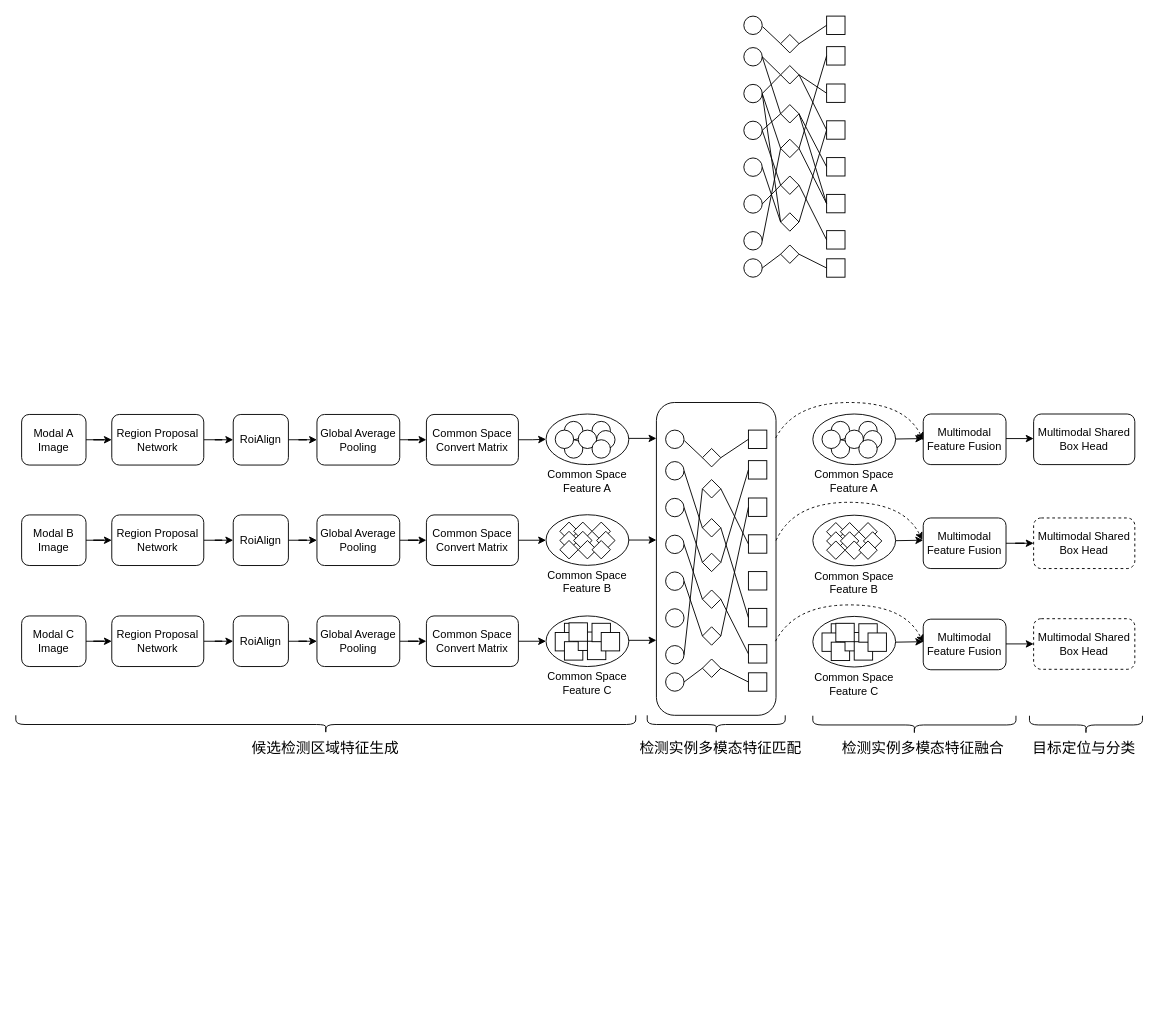
The draw.io diagram 多视角多模态目标检测3模态案例.drawio in thb1314/for_draw_io, before the edit. Source tidied: cells renumbered, new cells numbered last; positions are measured from the earlier drawing's top-left corner, leaving out a move shared by most shapes. Both pictures are drawn from the tidied source at 92%, with x=0, y=0 at pixel (21, 16).
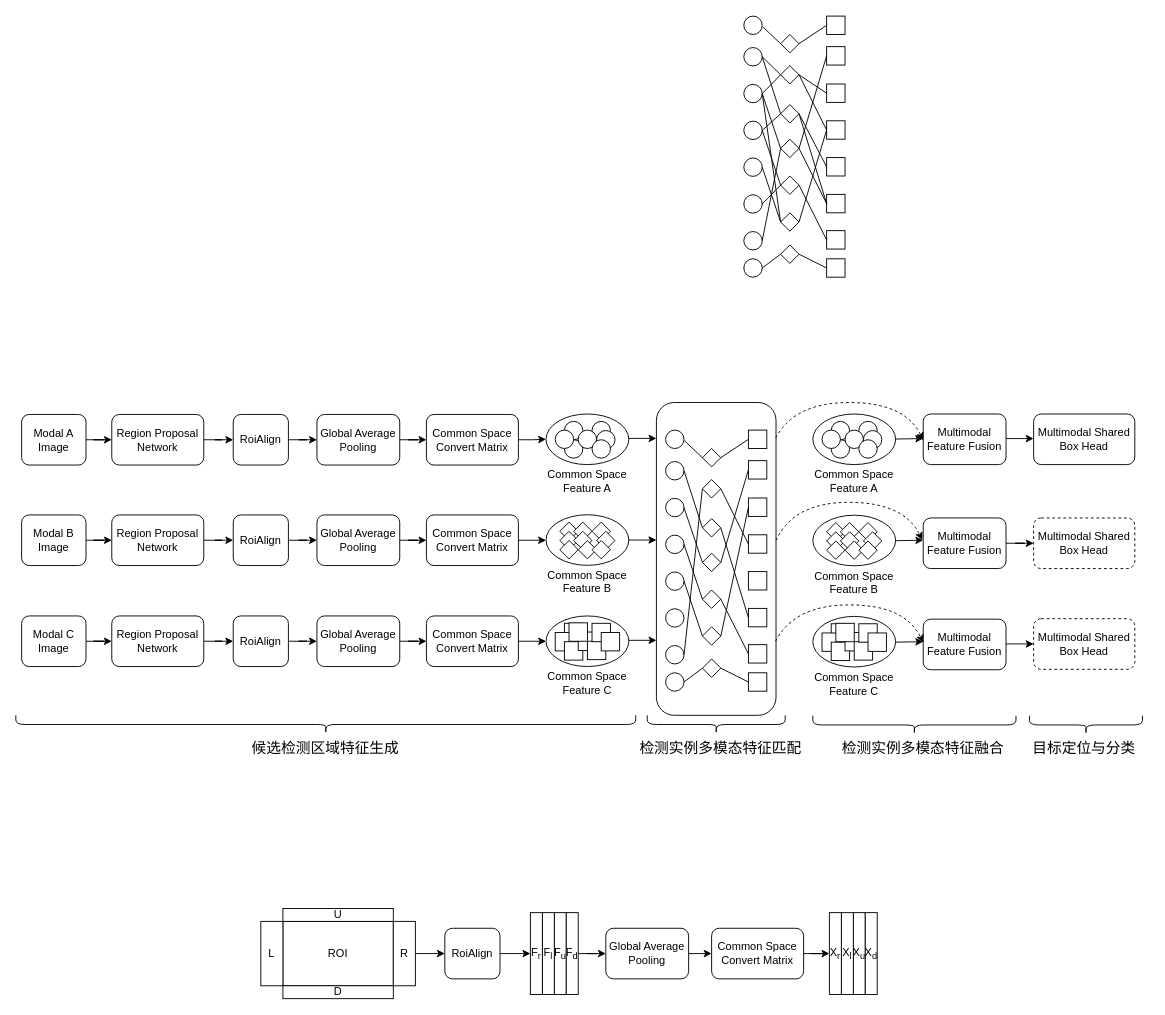
After the change.

Commit message:
更新多视角多模态目标检测3模态案例.drawio

Change to the diagram source:
```diff
@@
+    <mxCell id="201" value="ROI" style="rounded=0;whiteSpace=wrap;html=1;shadow=0;" parent="1" vertex="1">
+      <mxGeometry x="284" y="984" width="120" height="70" as="geometry" />
+    </mxCell>
+    <mxCell id="202" value="L" style="rounded=0;whiteSpace=wrap;html=1;" parent="1" vertex="1">
+      <mxGeometry x="260" y="984" width="24" height="70" as="geometry" />
+    </mxCell>
+    <mxCell id="203" style="edgeStyle=orthogonalEdgeStyle;rounded=0;jettySize=auto;html=1;exitX=1;exitY=0.5;exitDx=0;exitDy=0;entryX=0;entryY=0.5;entryDx=0;entryDy=0;" parent="1" edge="1" source="204" target="211">
+      <mxGeometry relative="1" as="geometry" />
+    </mxCell>
+    <mxCell id="204" value="R" style="rounded=0;whiteSpace=wrap;html=1;" parent="1" vertex="1">
+      <mxGeometry x="404" y="984" width="24" height="70" as="geometry" />
+    </mxCell>
+    <mxCell id="205" value="U" style="rounded=0;whiteSpace=wrap;html=1;" parent="1" vertex="1">
+      <mxGeometry x="284" y="970" width="120" height="14" as="geometry" />
+    </mxCell>
+    <mxCell id="206" value="D" style="rounded=0;whiteSpace=wrap;html=1;" parent="1" vertex="1">
+      <mxGeometry x="284" y="1054" width="120" height="14" as="geometry" />
+    </mxCell>
+    <mxCell id="207" style="edgeStyle=orthogonalEdgeStyle;rounded=0;jettySize=auto;html=1;exitX=1;exitY=0.5;exitDx=0;exitDy=0;entryX=0;entryY=0.5;entryDx=0;entryDy=0;" parent="1" edge="1" source="208" target="217">
+      <mxGeometry relative="1" as="geometry" />
+    </mxCell>
+    <mxCell id="208" value="Global Average&lt;br&gt;Pooling" style="rounded=1;whiteSpace=wrap;html=1;" parent="1" vertex="1">
+      <mxGeometry x="635" y="991.5" width="90" height="55" as="geometry" />
+    </mxCell>
+    <mxCell id="209" value="&lt;span style=&quot;border-color: var(--border-color);&quot;&gt;&lt;span style=&quot;font-size: 12px;&quot;&gt;F&lt;/span&gt;&lt;sub&gt;u&lt;/sub&gt;&lt;/span&gt;" style="rounded=0;whiteSpace=wrap;html=1;" parent="1" vertex="1">
+      <mxGeometry x="579" y="974.5" width="13" height="89" as="geometry" />
+    </mxCell>
+    <mxCell id="210" style="edgeStyle=orthogonalEdgeStyle;rounded=0;jettySize=auto;html=1;exitX=1;exitY=0.5;exitDx=0;exitDy=0;entryX=0;entryY=0.5;entryDx=0;entryDy=0;" parent="1" edge="1" source="211" target="213">
+      <mxGeometry relative="1" as="geometry" />
+    </mxCell>
+    <mxCell id="211" value="RoiAlign" style="rounded=1;whiteSpace=wrap;html=1;" parent="1" vertex="1">
+      <mxGeometry x="460" y="991.5" width="60" height="55" as="geometry" />
+    </mxCell>
+    <mxCell id="212" value="F&lt;sub style=&quot;border-color: var(--border-color);&quot;&gt;l&lt;/sub&gt;" style="rounded=0;whiteSpace=wrap;html=1;" parent="1" vertex="1">
+      <mxGeometry x="566" y="974.5" width="13" height="89" as="geometry" />
+    </mxCell>
+    <mxCell id="213" value="&lt;span style=&quot;border-color: var(--border-color);&quot;&gt;&lt;span style=&quot;font-size: 12px;&quot;&gt;F&lt;/span&gt;&lt;sub&gt;r&lt;/sub&gt;&lt;/span&gt;" style="rounded=0;whiteSpace=wrap;html=1;" parent="1" vertex="1">
+      <mxGeometry x="553" y="974.5" width="13" height="89" as="geometry" />
+    </mxCell>
+    <mxCell id="214" style="edgeStyle=orthogonalEdgeStyle;rounded=0;jettySize=auto;html=1;exitX=1;exitY=0.5;exitDx=0;exitDy=0;" parent="1" edge="1" source="215" target="208">
+      <mxGeometry relative="1" as="geometry" />
+    </mxCell>
+    <mxCell id="215" value="&lt;span style=&quot;border-color: var(--border-color);&quot;&gt;&lt;span style=&quot;font-size: 12px;&quot;&gt;F&lt;/span&gt;&lt;sub&gt;d&lt;/sub&gt;&lt;/span&gt;" style="rounded=0;whiteSpace=wrap;html=1;" parent="1" vertex="1">
+      <mxGeometry x="592" y="974.5" width="13" height="89" as="geometry" />
+    </mxCell>
+    <mxCell id="216" style="edgeStyle=orthogonalEdgeStyle;rounded=0;jettySize=auto;html=1;exitX=1;exitY=0.5;exitDx=0;exitDy=0;" parent="1" edge="1" source="217" target="220">
+      <mxGeometry relative="1" as="geometry" />
+    </mxCell>
+    <mxCell id="217" value="Common Space&lt;br&gt;Convert Matrix" style="rounded=1;whiteSpace=wrap;html=1;" parent="1" vertex="1">
+      <mxGeometry x="750" y="991.5" width="100" height="55" as="geometry" />
+    </mxCell>
+    <mxCell id="218" value="X&lt;sub style=&quot;border-color: var(--border-color);&quot;&gt;u&lt;/sub&gt;" style="rounded=0;whiteSpace=wrap;html=1;" parent="1" vertex="1">
+      <mxGeometry x="904" y="974.5" width="13" height="89" as="geometry" />
+    </mxCell>
+    <mxCell id="219" value="X&lt;sub style=&quot;border-color: var(--border-color);&quot;&gt;l&lt;/sub&gt;" style="rounded=0;whiteSpace=wrap;html=1;" parent="1" vertex="1">
+      <mxGeometry x="891" y="974.5" width="13" height="89" as="geometry" />
+    </mxCell>
+    <mxCell id="220" value="X&lt;sub style=&quot;border-color: var(--border-color);&quot;&gt;r&lt;/sub&gt;" style="rounded=0;whiteSpace=wrap;html=1;" parent="1" vertex="1">
+      <mxGeometry x="878" y="974.5" width="13" height="89" as="geometry" />
+    </mxCell>
+    <mxCell id="221" value="X&lt;sub style=&quot;border-color: var(--border-color);&quot;&gt;d&lt;/sub&gt;" style="rounded=0;whiteSpace=wrap;html=1;" parent="1" vertex="1">
+      <mxGeometry x="917" y="974.5" width="13" height="89" as="geometry" />
+    </mxCell>
```
